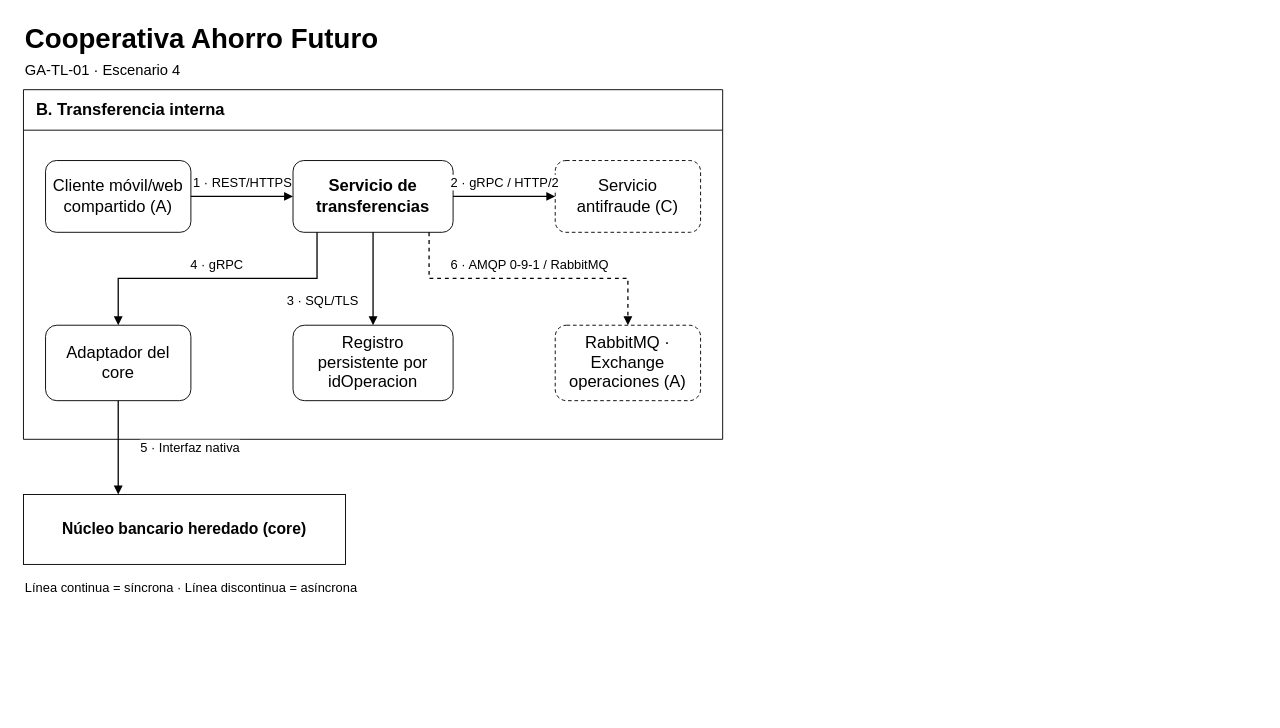
Danxxx777/CGLS keeps this draw.io diagram as BYRON DANIEL LOOR MENDOZA/Diagrama-bloque-B-Transferencia-interna.drawio.xml. Above is the earlier version. Source tidied: cells renumbered, new cells numbered last; positions are measured from the earlier drawing's top-left corner, leaving out a move shared by most shapes. Both pictures are drawn from the tidied source at 92%, with x=0, y=0 at pixel (23, 18).
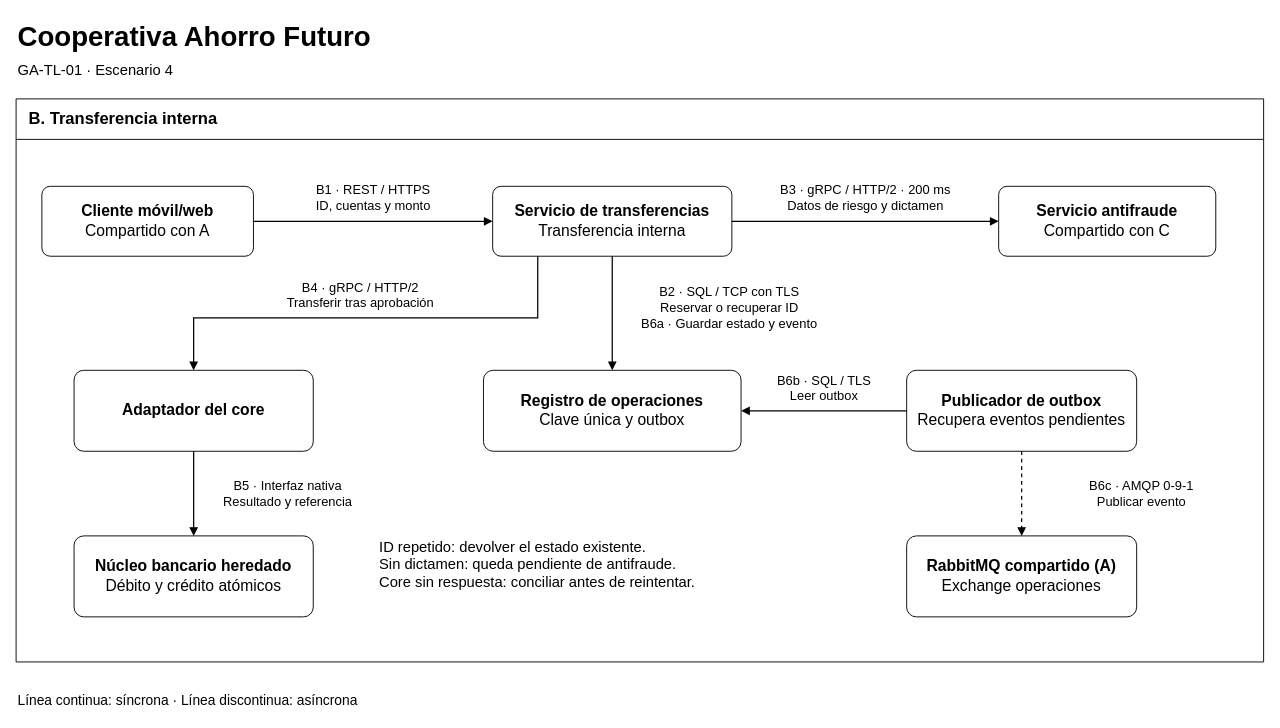
Above is the later version.

Commit message (it also covers changes not shown here):
Actualizar mis notas y diagrama

Change to the diagram source:
```diff
@@
-    <mxCell id="2" value="Cooperativa Ahorro Futuro" style="text;html=1;strokeColor=none;fillColor=none;align=left;verticalAlign=middle;fontSize=30;fontStyle=1;" parent="1" vertex="1">
-      <mxGeometry width="760" height="42" as="geometry" />
-    </mxCell>
-    <mxCell id="3" value="GA-TL-01 · Escenario 4" style="text;html=1;strokeColor=none;fillColor=none;align=left;verticalAlign=middle;fontSize=16;" parent="1" vertex="1">
-      <mxGeometry y="44" width="760" height="22" as="geometry" />
-    </mxCell>
     <mxCell id="4" value="B. Transferencia interna" style="swimlane;html=1;startSize=44;horizontal=1;rounded=0;fillColor=none;swimlaneFillColor=none;fontStyle=1;fontSize=18;align=left;spacingLeft=12;" parent="1" vertex="1">
-      <mxGeometry y="77" width="760" height="380" as="geometry" />
+      <mxGeometry x="-8" y="87" width="1356" height="612" as="geometry" />
     </mxCell>
-    <mxCell id="5" value="Cliente móvil/web compartido (A)" style="rounded=1;whiteSpace=wrap;html=1;roundedPerimeter=1;fontSize=18;spacing=9;" parent="4" vertex="1">
-      <mxGeometry x="24" y="77" width="158" height="78" as="geometry" />
+    <mxCell id="5" value="&lt;b&gt;Cliente móvil/web&lt;/b&gt;&lt;br&gt;Compartido con A" style="rounded=1;whiteSpace=wrap;html=1;arcSize=12;fontSize=17;spacing=10;" parent="4" vertex="1">
+      <mxGeometry x="28" y="95" width="230" height="76" as="geometry" />
     </mxCell>
-    <mxCell id="6" value="Servicio de transferencias" style="rounded=1;whiteSpace=wrap;html=1;roundedPerimeter=1;fontSize=18;spacing=9;fontStyle=1;" parent="4" vertex="1">
-      <mxGeometry x="293" y="77" width="174" height="78" as="geometry" />
+    <mxCell id="6" value="&lt;b&gt;Servicio de transferencias&lt;/b&gt;&lt;br&gt;Transferencia interna" style="rounded=1;whiteSpace=wrap;html=1;arcSize=12;fontSize=17;spacing=10;" parent="4" vertex="1">
+      <mxGeometry x="518" y="95" width="260" height="76" as="geometry" />
     </mxCell>
-    <mxCell id="7" value="Servicio antifraude (C)" style="rounded=1;whiteSpace=wrap;html=1;roundedPerimeter=1;fontSize=18;spacing=9;dashed=1;dashPattern=4 3;" parent="4" vertex="1">
-      <mxGeometry x="578" y="77" width="158" height="78" as="geometry" />
+    <mxCell id="7" value="&lt;b&gt;Servicio antifraude&lt;/b&gt;&lt;br&gt;Compartido con C" style="rounded=1;whiteSpace=wrap;html=1;arcSize=12;fontSize=17;spacing=10;" parent="4" vertex="1">
+      <mxGeometry x="1068" y="95" width="236" height="76" as="geometry" />
     </mxCell>
-    <mxCell id="8" value="Adaptador del core" style="rounded=1;whiteSpace=wrap;html=1;roundedPerimeter=1;fontSize=18;spacing=9;" parent="4" vertex="1">
-      <mxGeometry x="24" y="256" width="158" height="82" as="geometry" />
+    <mxCell id="8" value="&lt;b&gt;Adaptador del core&lt;/b&gt;" style="rounded=1;whiteSpace=wrap;html=1;arcSize=12;fontSize=17;spacing=10;" parent="4" vertex="1">
+      <mxGeometry x="63" y="295" width="260" height="88" as="geometry" />
     </mxCell>
-    <mxCell id="9" value="Registro persistente por idOperacion" style="rounded=1;whiteSpace=wrap;html=1;roundedPerimeter=1;fontSize=18;spacing=9;" parent="4" vertex="1">
-      <mxGeometry x="293" y="256" width="174" height="82" as="geometry" />
+    <mxCell id="9" value="&lt;b&gt;Registro de operaciones&lt;/b&gt;&lt;br&gt;Clave única y outbox" style="rounded=1;whiteSpace=wrap;html=1;arcSize=12;fontSize=17;spacing=10;" parent="4" vertex="1">
+      <mxGeometry x="508" y="295" width="280" height="88" as="geometry" />
     </mxCell>
+    <mxCell id="19" value="&lt;b&gt;Publicador de outbox&lt;/b&gt;&lt;br&gt;Recupera eventos pendientes" style="rounded=1;whiteSpace=wrap;html=1;arcSize=12;fontSize=17;spacing=10;" parent="4" vertex="1">
+      <mxGeometry x="968" y="295" width="250" height="88" as="geometry" />
+    </mxCell>
+    <mxCell id="11" value="&lt;b&gt;Núcleo bancario heredado&lt;/b&gt;&lt;br&gt;Débito y crédito atómicos" style="rounded=1;whiteSpace=wrap;html=1;arcSize=12;fontSize=17;spacing=10;" parent="4" vertex="1">
+      <mxGeometry x="63" y="475" width="260" height="88" as="geometry" />
+    </mxCell>
-    <mxCell id="10" value="RabbitMQ · Exchange operaciones (A)" style="rounded=1;whiteSpace=wrap;html=1;roundedPerimeter=1;fontSize=18;spacing=9;dashed=1;dashPattern=4 3;" parent="4" vertex="1">
-      <mxGeometry x="578" y="256" width="158" height="82" as="geometry" />
+    <mxCell id="10" value="&lt;b&gt;RabbitMQ compartido (A)&lt;/b&gt;&lt;br&gt;Exchange operaciones" style="rounded=1;whiteSpace=wrap;html=1;arcSize=12;fontSize=17;spacing=10;" parent="4" vertex="1">
+      <mxGeometry x="968" y="475" width="250" height="88" as="geometry" />
     </mxCell>
-    <mxCell id="11" value="Núcleo bancario heredado (core)" style="rounded=0;whiteSpace=wrap;html=1;fontStyle=1;fontSize=17;" parent="1" vertex="1">
-      <mxGeometry y="517" width="350" height="76" as="geometry" />
-    </mxCell>
+    <mxCell id="2" value="Cooperativa Ahorro Futuro" style="text;html=1;strokeColor=none;fillColor=none;align=left;verticalAlign=middle;fontSize=30;fontStyle=1;" parent="1" vertex="1">
+      <mxGeometry x="-8" y="-3" width="930" height="44" as="geometry" />
+    </mxCell>
+    <mxCell id="3" value="GA-TL-01 · Escenario 4" style="text;html=1;strokeColor=none;fillColor=none;align=left;verticalAlign=middle;fontSize=16;fontStyle=0;" parent="1" vertex="1">
+      <mxGeometry x="-8" y="44" width="930" height="24" as="geometry" />
+    </mxCell>
+    <mxCell id="20" value="ID repetido: devolver el estado existente.&lt;br&gt;Sin dictamen: queda pendiente de antifraude.&lt;br&gt;Core sin respuesta: conciliar antes de reintentar." style="text;html=1;strokeColor=none;fillColor=none;align=left;verticalAlign=middle;fontSize=16;fontStyle=0;" parent="1" vertex="1">
+      <mxGeometry x="385" y="547" width="510" height="92" as="geometry" />
+    </mxCell>
-    <mxCell id="12" value="Línea continua = síncrona · Línea discontinua = asíncrona" style="text;html=1;strokeColor=none;fillColor=none;align=left;verticalAlign=middle;fontSize=14;" parent="1" vertex="1">
-      <mxGeometry y="607" width="760" height="24" as="geometry" />
+    <mxCell id="12" value="Línea continua: síncrona · Línea discontinua: asíncrona" style="text;html=1;strokeColor=none;fillColor=none;align=left;verticalAlign=middle;fontSize=15;fontStyle=0;" parent="1" vertex="1">
+      <mxGeometry x="-8" y="726" width="1356" height="28" as="geometry" />
     </mxCell>
-    <mxCell id="13" value="1 · REST/HTTPS" style="edgeStyle=orthogonalEdgeStyle;rounded=0;html=1;endArrow=block;endFill=1;fontSize=14;strokeWidth=1.4;exitX=1;exitY=0.5;entryX=0;entryY=0.5;" parent="4" edge="1" source="5" target="6">
+    <mxCell id="13" value="B1 · REST / HTTPS&lt;br&gt;ID, cuentas y monto" style="edgeStyle=orthogonalEdgeStyle;rounded=0;html=1;endArrow=block;endFill=1;strokeWidth=1.35;fontSize=14;exitX=1.000000;exitY=0.500000;entryX=0.000000;entryY=0.500000;" parent="4" edge="1" source="5" target="6">
       <mxGeometry relative="1" as="geometry">
-        <mxPoint y="-15" as="offset" />
+        <mxPoint y="-26" as="offset" />
       </mxGeometry>
     </mxCell>
-    <mxCell id="14" value="2 · gRPC / HTTP/2" style="edgeStyle=orthogonalEdgeStyle;rounded=0;html=1;endArrow=block;endFill=1;fontSize=14;strokeWidth=1.4;exitX=1;exitY=0.5;entryX=0;entryY=0.5;" parent="4" edge="1" source="6" target="7">
+    <mxCell id="14" value="B2 · SQL / TCP con TLS&lt;br&gt;Reservar o recuperar ID&lt;br&gt;B6a · Guardar estado y evento" style="edgeStyle=orthogonalEdgeStyle;rounded=0;html=1;endArrow=block;endFill=1;strokeWidth=1.35;fontSize=14;exitX=0.500000;exitY=1.000000;entryX=0.500000;entryY=0.000000;" parent="4" edge="1" source="6" target="9">
       <mxGeometry relative="1" as="geometry">
-        <mxPoint y="-15" as="offset" />
+        <mxPoint x="127" y="-6" as="offset" />
       </mxGeometry>
     </mxCell>
-    <mxCell id="15" value="3 · SQL/TLS" style="edgeStyle=orthogonalEdgeStyle;rounded=0;html=1;endArrow=block;endFill=1;fontSize=14;strokeWidth=1.4;exitX=0.5;exitY=1;entryX=0.5;entryY=0;" parent="4" edge="1" source="6" target="9">
+    <mxCell id="15" value="B3 · gRPC / HTTP/2 · 200 ms&lt;br&gt;Datos de riesgo y dictamen" style="edgeStyle=orthogonalEdgeStyle;rounded=0;html=1;endArrow=block;endFill=1;strokeWidth=1.35;fontSize=14;exitX=1.000000;exitY=0.500000;entryX=0.000000;entryY=0.500000;" parent="4" edge="1" source="6" target="7">
       <mxGeometry relative="1" as="geometry">
-        <mxPoint x="-55" y="24" as="offset" />
+        <mxPoint y="-26" as="offset" />
       </mxGeometry>
     </mxCell>
-    <mxCell id="16" value="4 · gRPC" style="edgeStyle=orthogonalEdgeStyle;rounded=0;html=1;endArrow=block;endFill=1;fontSize=14;strokeWidth=1.4;exitX=0.15;exitY=1;entryX=0.5;entryY=0;" parent="4" edge="1" source="6" target="8">
+    <mxCell id="16" value="B4 · gRPC / HTTP/2&lt;br&gt;Transferir tras aprobación" style="edgeStyle=orthogonalEdgeStyle;rounded=0;html=1;endArrow=block;endFill=1;strokeWidth=1.35;fontSize=14;exitX=0.188462;exitY=1.000000;entryX=0.500000;entryY=0.000000;" parent="4" edge="1" source="6" target="8">
       <mxGeometry relative="1" as="geometry">
         <Array as="points">
-          <mxPoint x="319" y="205" />
-          <mxPoint x="103" y="205" />
+          <mxPoint x="567" y="238" />
+          <mxPoint x="193" y="238" />
         </Array>
-        <mxPoint y="-15" as="offset" />
+        <mxPoint x="-11" y="-25" as="offset" />
       </mxGeometry>
     </mxCell>
-    <mxCell id="17" value="5 · Interfaz nativa" style="edgeStyle=orthogonalEdgeStyle;rounded=0;html=1;endArrow=block;endFill=1;fontSize=14;strokeWidth=1.4;exitX=0.5;exitY=1;entryX=0.294286;entryY=0;" parent="1" edge="1" source="8" target="11">
+    <mxCell id="17" value="B5 · Interfaz nativa&lt;br&gt;Resultado y referencia" style="edgeStyle=orthogonalEdgeStyle;rounded=0;html=1;endArrow=block;endFill=1;strokeWidth=1.35;fontSize=14;exitX=0.500000;exitY=1.000000;entryX=0.500000;entryY=0.000000;" parent="4" edge="1" source="8" target="11">
       <mxGeometry relative="1" as="geometry">
-        <mxPoint x="78" as="offset" />
+        <mxPoint x="102" as="offset" />
       </mxGeometry>
     </mxCell>
-    <mxCell id="18" value="6 · AMQP 0-9-1 / RabbitMQ" style="edgeStyle=orthogonalEdgeStyle;rounded=0;html=1;endArrow=block;endFill=1;fontSize=14;strokeWidth=1.4;exitX=0.85;exitY=1;entryX=0.5;entryY=0;dashed=1;" parent="4" edge="1" source="6" target="10">
-      <mxGeometry relative="1" as="geometry">
-        <Array as="points">
-          <mxPoint x="441" y="205" />
-          <mxPoint x="657" y="205" />
-        </Array>
-        <mxPoint y="-15" as="offset" />
-      </mxGeometry>
-    </mxCell>
+    <mxCell id="21" value="B6b · SQL / TLS&lt;br&gt;Leer outbox" style="edgeStyle=orthogonalEdgeStyle;rounded=0;html=1;endArrow=block;endFill=1;strokeWidth=1.35;fontSize=14;exitX=0.000000;exitY=0.500000;entryX=1.000000;entryY=0.500000;" parent="4" edge="1" source="19" target="9">
+      <mxGeometry relative="1" as="geometry">
+        <mxPoint y="-25" as="offset" />
+      </mxGeometry>
+    </mxCell>
+    <mxCell id="22" value="B6c · AMQP 0-9-1&lt;br&gt;Publicar evento" style="edgeStyle=orthogonalEdgeStyle;rounded=0;html=1;endArrow=block;endFill=1;strokeWidth=1.35;fontSize=14;exitX=0.500000;exitY=1.000000;entryX=0.500000;entryY=0.000000;dashed=1;" parent="4" edge="1" source="19" target="10">
+      <mxGeometry relative="1" as="geometry">
+        <mxPoint x="130" as="offset" />
+      </mxGeometry>
+    </mxCell>
```
